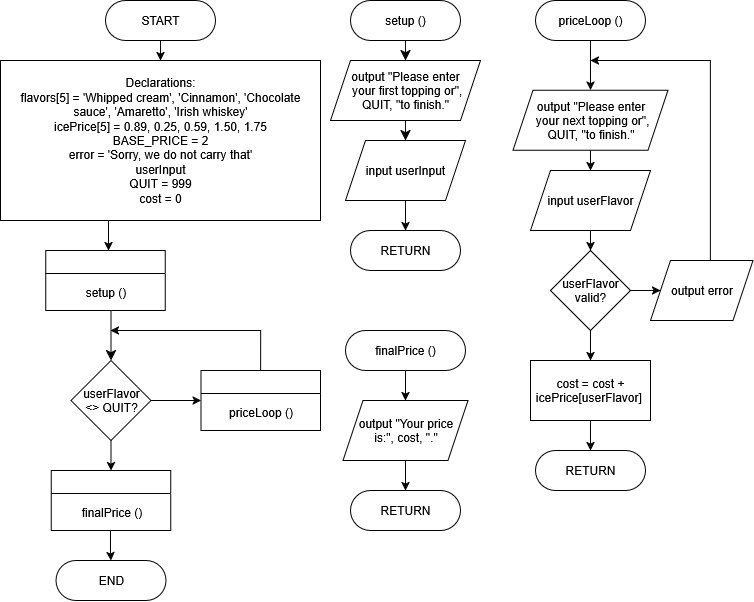
Earlier version of the draw.io export Module 7 - Effective Decision Loops - Connor Bowles.drawio.png (CBowles10/SDEV_120_FALL2025_CBOWLES). Source tidied: cells renumbered, new cells last; positions are measured from the earlier drawing's top-left corner, leaving out a move shared by most shapes.
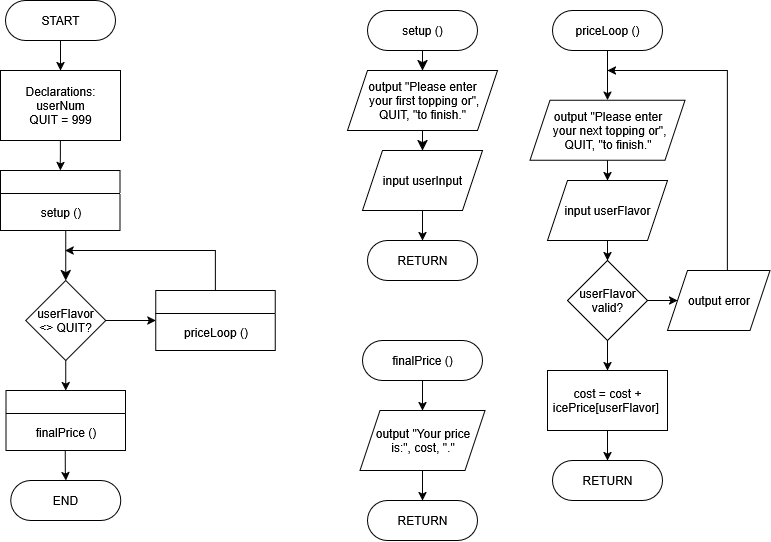
Above is the later version.

Change to the diagram source:
```diff
@@ -6,44 +6,41 @@
       <mxGeometry relative="1" as="geometry" />
     </mxCell>
     <mxCell id="3" value="START" style="rounded=1;whiteSpace=wrap;html=1;arcSize=50;" parent="1" vertex="1">
-      <mxGeometry x="105" width="110" height="40" as="geometry" />
+      <mxGeometry x="-12" y="-10" width="110" height="40" as="geometry" />
     </mxCell>
-    <mxCell id="4" style="edgeStyle=orthogonalEdgeStyle;rounded=0;orthogonalLoop=1;jettySize=auto;html=1;exitX=0.25;exitY=1;exitDx=0;exitDy=0;entryX=0.25;entryY=0;entryDx=0;entryDy=0;" parent="1" edge="1">
-      <mxGeometry relative="1" as="geometry">
-        <mxPoint x="112.9" y="220" as="sourcePoint" />
-        <mxPoint x="108.1" y="250" as="targetPoint" />
-      </mxGeometry>
-    </mxCell>
+    <mxCell id="46" style="edgeStyle=orthogonalEdgeStyle;rounded=0;jettySize=auto;html=1;entryX=0.5;entryY=0;entryDx=0;entryDy=0;" parent="1" edge="1" source="5" target="10">
+      <mxGeometry relative="1" as="geometry" />
+    </mxCell>
-    <mxCell id="5" value="Declarations:&lt;div&gt;flavors[5] = 'Whipped cream', 'Cinnamon', 'Chocolate sauce', 'Amaretto', 'Irish whiskey'&lt;br&gt;icePrice[5] = 0.89, 0.25, 0.59, 1.50, 1.75&lt;br&gt;BASE_PRICE = 2&lt;br&gt;error = 'Sorry, we do not carry that'&lt;/div&gt;&lt;div&gt;userInput&lt;br&gt;QUIT = 999&lt;br&gt;cost = 0&lt;/div&gt;" style="rounded=0;whiteSpace=wrap;html=1;" parent="1" vertex="1">
-      <mxGeometry y="60" width="320" height="160" as="geometry" />
+    <mxCell id="5" value="Declarations:&lt;div&gt;userNum&lt;br&gt;QUIT = 999&lt;/div&gt;" style="rounded=0;whiteSpace=wrap;html=1;" parent="1" vertex="1">
+      <mxGeometry x="-17" y="60" width="120" height="70" as="geometry" />
     </mxCell>
     <mxCell id="6" style="edgeStyle=orthogonalEdgeStyle;rounded=0;jettySize=auto;html=1;exitX=0.5;exitY=0;exitDx=0;exitDy=0;" parent="1" edge="1" source="7">
       <mxGeometry relative="1" as="geometry">
-        <mxPoint x="110" y="330" as="targetPoint" />
+        <mxPoint x="47.8" y="240" as="targetPoint" />
         <Array as="points">
-          <mxPoint x="260" y="330" />
+          <mxPoint x="197.8" y="240" />
         </Array>
       </mxGeometry>
     </mxCell>
     <mxCell id="7" style="swimlane;whiteSpace=wrap;html=1;" parent="1" vertex="1">
-      <mxGeometry x="200.5" y="370" width="119.5" height="60" as="geometry" />
+      <mxGeometry x="138.2" y="280" width="119.5" height="60" as="geometry" />
     </mxCell>
     <mxCell id="8" value="&lt;font style=&quot;font-size: 12px;&quot;&gt;priceLoop ()&lt;/font&gt;" style="text;html=1;align=center;verticalAlign=middle;strokeColor=none;fillColor=none;fontSize=16;" parent="7" vertex="1">
       <mxGeometry x="14.8" y="25" width="90" height="30" as="geometry" />
     </mxCell>
     <mxCell id="9" style="edgeStyle=none;curved=1;rounded=0;jettySize=auto;html=1;fontSize=12;startSize=8;endSize=8;entryX=0.5;entryY=0;entryDx=0;entryDy=0;" parent="1" edge="1" target="15">
       <mxGeometry relative="1" as="geometry">
-        <mxPoint x="110.5" y="310" as="sourcePoint" />
+        <mxPoint x="48.2" y="220" as="sourcePoint" />
       </mxGeometry>
     </mxCell>
     <mxCell id="10" style="swimlane;whiteSpace=wrap;html=1;" parent="1" vertex="1">
-      <mxGeometry x="45.2" y="250" width="119.5" height="60" as="geometry" />
+      <mxGeometry x="-17" y="160" width="119.5" height="60" as="geometry" />
     </mxCell>
     <mxCell id="11" value="&lt;font style=&quot;font-size: 12px;&quot;&gt;setup ()&lt;/font&gt;" style="text;html=1;align=center;verticalAlign=middle;strokeColor=none;fillColor=none;fontSize=16;" parent="10" vertex="1">
       <mxGeometry x="29.8" y="25" width="60" height="30" as="geometry" />
     </mxCell>
     <mxCell id="12" value="END" style="rounded=1;whiteSpace=wrap;html=1;arcSize=50;" parent="1" vertex="1">
-      <mxGeometry x="55.5" y="560" width="110" height="40" as="geometry" />
+      <mxGeometry x="-6.8" y="470" width="110" height="40" as="geometry" />
     </mxCell>
     <mxCell id="13" style="edgeStyle=orthogonalEdgeStyle;rounded=0;jettySize=auto;html=1;exitX=1;exitY=0.5;exitDx=0;exitDy=0;entryX=0;entryY=0.5;entryDx=0;entryDy=0;" parent="1" edge="1" source="15" target="7">
       <mxGeometry relative="1" as="geometry" />
@@ -52,7 +49,7 @@
       <mxGeometry relative="1" as="geometry" />
     </mxCell>
     <mxCell id="15" value="userFlavor&lt;br&gt;&amp;lt;&amp;gt; QUIT?" style="rhombus;whiteSpace=wrap;html=1;" parent="1" vertex="1">
-      <mxGeometry x="70.5" y="360" width="80" height="80" as="geometry" />
+      <mxGeometry x="8.2" y="270" width="80" height="80" as="geometry" />
     </mxCell>
     <mxCell id="16" style="edgeStyle=none;curved=1;rounded=0;jettySize=auto;html=1;exitX=0.5;exitY=1;exitDx=0;exitDy=0;entryX=0.5;entryY=0;entryDx=0;entryDy=0;fontSize=12;startSize=8;endSize=8;" parent="1" edge="1" source="17" target="19">
       <mxGeometry relative="1" as="geometry" />
@@ -129,14 +126,14 @@
       <mxGeometry x="530" y="360" width="120" height="60" as="geometry" />
     </mxCell>
     <mxCell id="38" style="swimlane;whiteSpace=wrap;html=1;" parent="1" vertex="1">
-      <mxGeometry x="50.8" y="470" width="119.5" height="60" as="geometry" />
+      <mxGeometry x="-11.5" y="380" width="119.5" height="60" as="geometry" />
     </mxCell>
     <mxCell id="39" value="&lt;font style=&quot;font-size: 12px;&quot;&gt;finalPrice ()&lt;/font&gt;" style="text;html=1;align=center;verticalAlign=middle;strokeColor=none;fillColor=none;fontSize=16;" parent="38" vertex="1">
       <mxGeometry x="19.8" y="25" width="80" height="30" as="geometry" />
     </mxCell>
     <mxCell id="40" style="edgeStyle=orthogonalEdgeStyle;rounded=0;jettySize=auto;html=1;" parent="1" edge="1" target="12">
       <mxGeometry relative="1" as="geometry">
-        <mxPoint x="110" y="530" as="sourcePoint" />
+        <mxPoint x="47.8" y="440" as="sourcePoint" />
       </mxGeometry>
     </mxCell>
     <mxCell id="41" style="edgeStyle=orthogonalEdgeStyle;rounded=0;jettySize=auto;html=1;exitX=0.5;exitY=1;exitDx=0;exitDy=0;entryX=0.5;entryY=0;entryDx=0;entryDy=0;" parent="1" edge="1" source="42" target="44">
```
